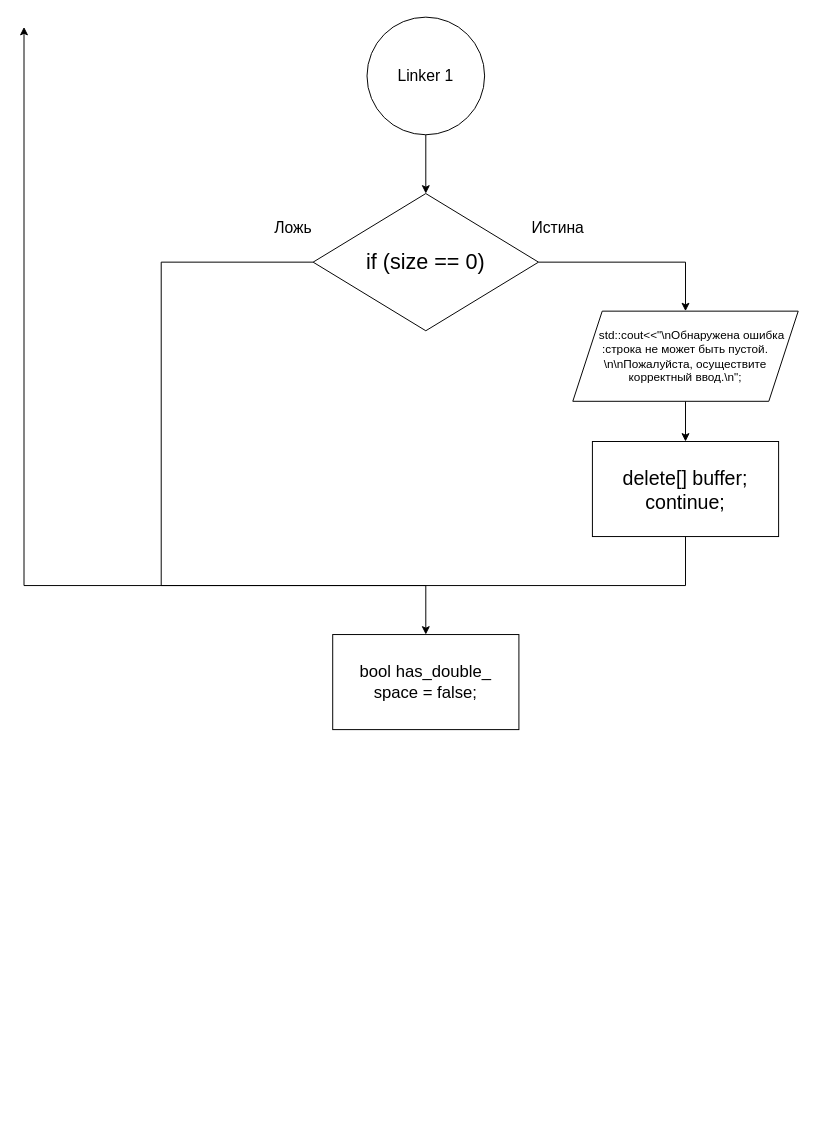
Earlier version of the draw.io diagram LAB7_get_valid_str(2).drawio (kravecila28-ops/Block-diagram_templates). Source tidied: cells renumbered, new cells numbered last; positions are measured from the earlier drawing's top-left corner, leaving out a move shared by most shapes. Both pictures are drawn from the tidied source at 98%, with x=0, y=0 at pixel (24, 17).
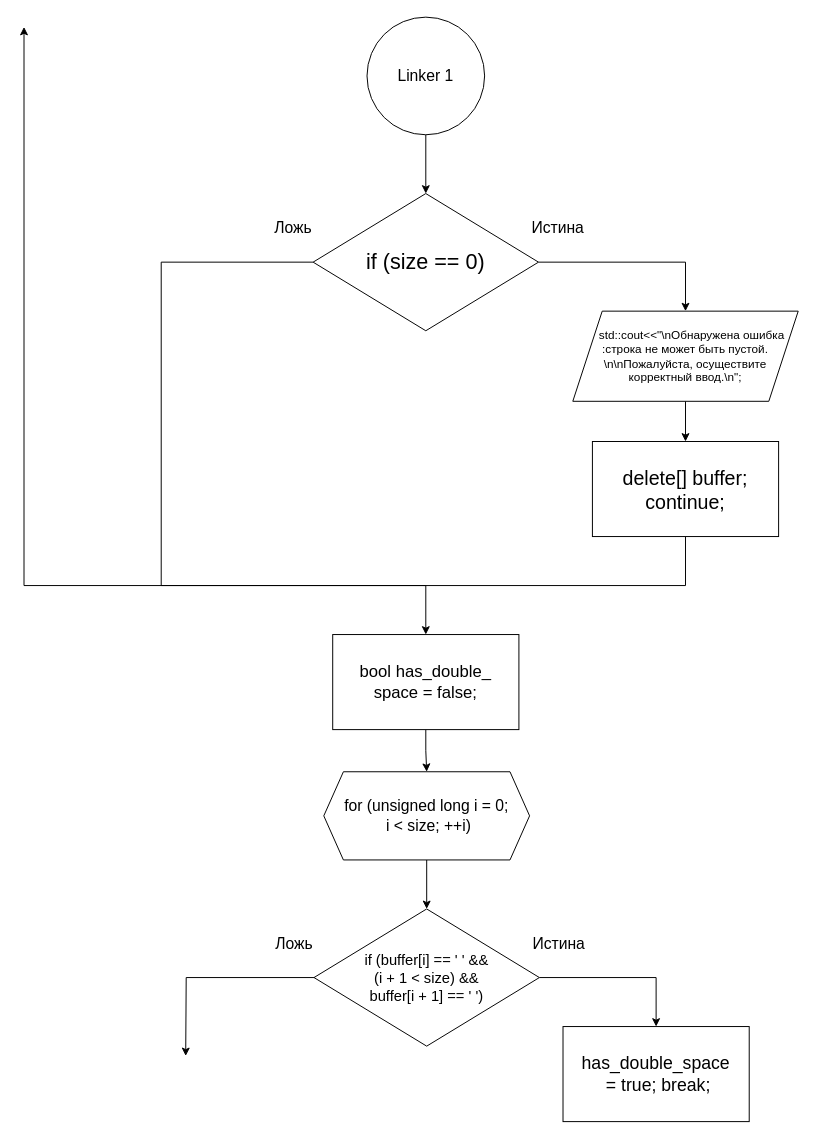
After the change.

Unchanged cells that the change refers to:
```xml
<mxCell id="13" value="&lt;font style=&quot;font-size: 17px;&quot;&gt;bool has_double_&lt;/font&gt;&lt;div&gt;&lt;font style=&quot;font-size: 17px;&quot;&gt;&lt;font style=&quot;&quot;&gt;space&lt;/font&gt;&lt;span style=&quot;background-color: transparent; color: light-dark(rgb(0, 0, 0), rgb(255, 255, 255));&quot;&gt;&amp;nbsp;= false;&lt;/span&gt;&lt;/font&gt;&lt;/div&gt;" style="rounded=0;whiteSpace=wrap;html=1;labelBackgroundColor=none;" parent="1" vertex="1">
  <mxGeometry x="315" y="630" width="190" height="97" as="geometry" />
</mxCell>
```

The edit, as a diff of the source:
```diff
@@
+    <mxCell id="14" style="edgeStyle=orthogonalEdgeStyle;rounded=0;jettySize=auto;html=1;exitX=0.5;exitY=1;exitDx=0;exitDy=0;entryX=0.5;entryY=0;entryDx=0;entryDy=0;" parent="1" edge="1" source="13" target="21">
+      <mxGeometry relative="1" as="geometry" />
+    </mxCell>
@@
+    <mxCell id="15" style="edgeStyle=orthogonalEdgeStyle;rounded=0;jettySize=auto;html=1;exitX=0;exitY=0.5;exitDx=0;exitDy=0;entryX=0.5;entryY=0;entryDx=0;entryDy=0;labelBackgroundColor=none;fontColor=default;" parent="1" edge="1" source="17">
+      <mxGeometry relative="1" as="geometry">
+        <mxPoint x="165" y="1060" as="targetPoint" />
+      </mxGeometry>
+    </mxCell>
+    <mxCell id="16" style="edgeStyle=orthogonalEdgeStyle;rounded=0;jettySize=auto;html=1;exitX=1;exitY=0.5;exitDx=0;exitDy=0;entryX=0.5;entryY=0;entryDx=0;entryDy=0;" parent="1" edge="1" source="17" target="22">
+      <mxGeometry relative="1" as="geometry" />
+    </mxCell>
+    <mxCell id="17" value="&lt;font style=&quot;font-size: 15px;&quot;&gt;if (buffer[i] == ' ' &amp;amp;&amp;amp;&lt;/font&gt;&lt;div&gt;&lt;font style=&quot;font-size: 15px;&quot;&gt;&amp;nbsp;(i + 1 &amp;lt; size) &amp;amp;&amp;amp;&amp;nbsp;&lt;/font&gt;&lt;/div&gt;&lt;div&gt;&lt;font style=&quot;font-size: 15px;&quot;&gt;buffer[i + 1] == ' ')&lt;/font&gt;&lt;/div&gt;" style="rhombus;whiteSpace=wrap;html=1;labelBackgroundColor=none;" parent="1" vertex="1">
+      <mxGeometry x="295.9" y="910" width="230" height="140" as="geometry" />
+    </mxCell>
+    <mxCell id="18" value="&lt;font style=&quot;font-size: 16px;&quot;&gt;Истина&lt;/font&gt;" style="text;html=1;whiteSpace=wrap;strokeColor=none;fillColor=none;align=center;verticalAlign=middle;rounded=0;labelBackgroundColor=none;" parent="1" vertex="1">
+      <mxGeometry x="515.9" y="930" width="60" height="30" as="geometry" />
+    </mxCell>
+    <mxCell id="19" value="&lt;span style=&quot;font-size: 16px;&quot;&gt;Ложь&lt;/span&gt;" style="text;html=1;whiteSpace=wrap;strokeColor=none;fillColor=none;align=center;verticalAlign=middle;rounded=0;labelBackgroundColor=none;" parent="1" vertex="1">
+      <mxGeometry x="245.9" y="930" width="60" height="30" as="geometry" />
+    </mxCell>
+    <mxCell id="20" style="edgeStyle=orthogonalEdgeStyle;rounded=0;jettySize=auto;html=1;exitX=0.5;exitY=1;exitDx=0;exitDy=0;entryX=0.5;entryY=0;entryDx=0;entryDy=0;" parent="1" edge="1" source="21" target="17">
+      <mxGeometry relative="1" as="geometry" />
+    </mxCell>
+    <mxCell id="21" value="&lt;div style=&quot;&quot;&gt;&lt;font style=&quot;font-size: 16px;&quot;&gt;for (unsigned long i = 0;&lt;/font&gt;&lt;/div&gt;&lt;div style=&quot;&quot;&gt;&lt;font style=&quot;font-size: 16px;&quot;&gt;&amp;nbsp;i &amp;lt; size; ++i)&lt;/font&gt;&lt;/div&gt;" style="shape=hexagon;perimeter=hexagonPerimeter2;whiteSpace=wrap;html=1;fixedSize=1;align=center;labelBackgroundColor=none;" parent="1" vertex="1">
+      <mxGeometry x="305.9" y="770" width="210" height="90" as="geometry" />
+    </mxCell>
+    <mxCell id="22" value="&lt;div&gt;&lt;font style=&quot;font-size: 18px;&quot;&gt;has_double_space&lt;/font&gt;&lt;/div&gt;&lt;div&gt;&lt;font style=&quot;font-size: 18px;&quot;&gt;&lt;font style=&quot;&quot;&gt;&amp;nbsp;= true;&amp;nbsp;&lt;/font&gt;&lt;span style=&quot;background-color: transparent; color: light-dark(rgb(0, 0, 0), rgb(255, 255, 255));&quot;&gt;break;&lt;/span&gt;&lt;/font&gt;&lt;/div&gt;" style="rounded=0;whiteSpace=wrap;html=1;labelBackgroundColor=none;" parent="1" vertex="1">
+      <mxGeometry x="550" y="1030" width="190" height="97" as="geometry" />
+    </mxCell>
```
